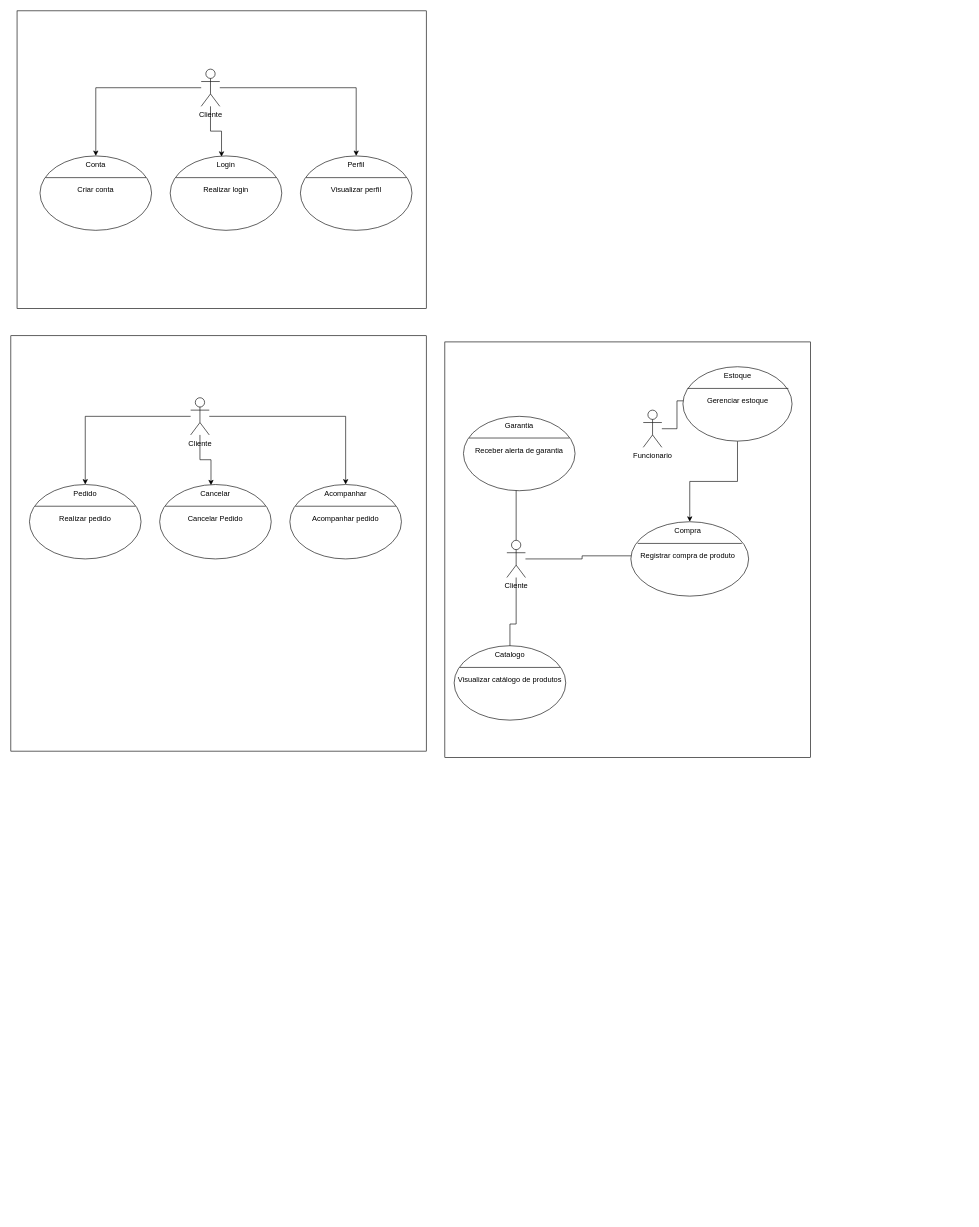
Above: APS1.drawio in Seraphiimz/Diagrams (draw.io), before the change. Source tidied: cells renumbered, new cells numbered last; positions are measured from the earlier drawing's top-left corner, leaving out a move shared by most shapes. Both pictures are drawn from the tidied source at 62%, with x=0, y=0 at pixel (11, 11).
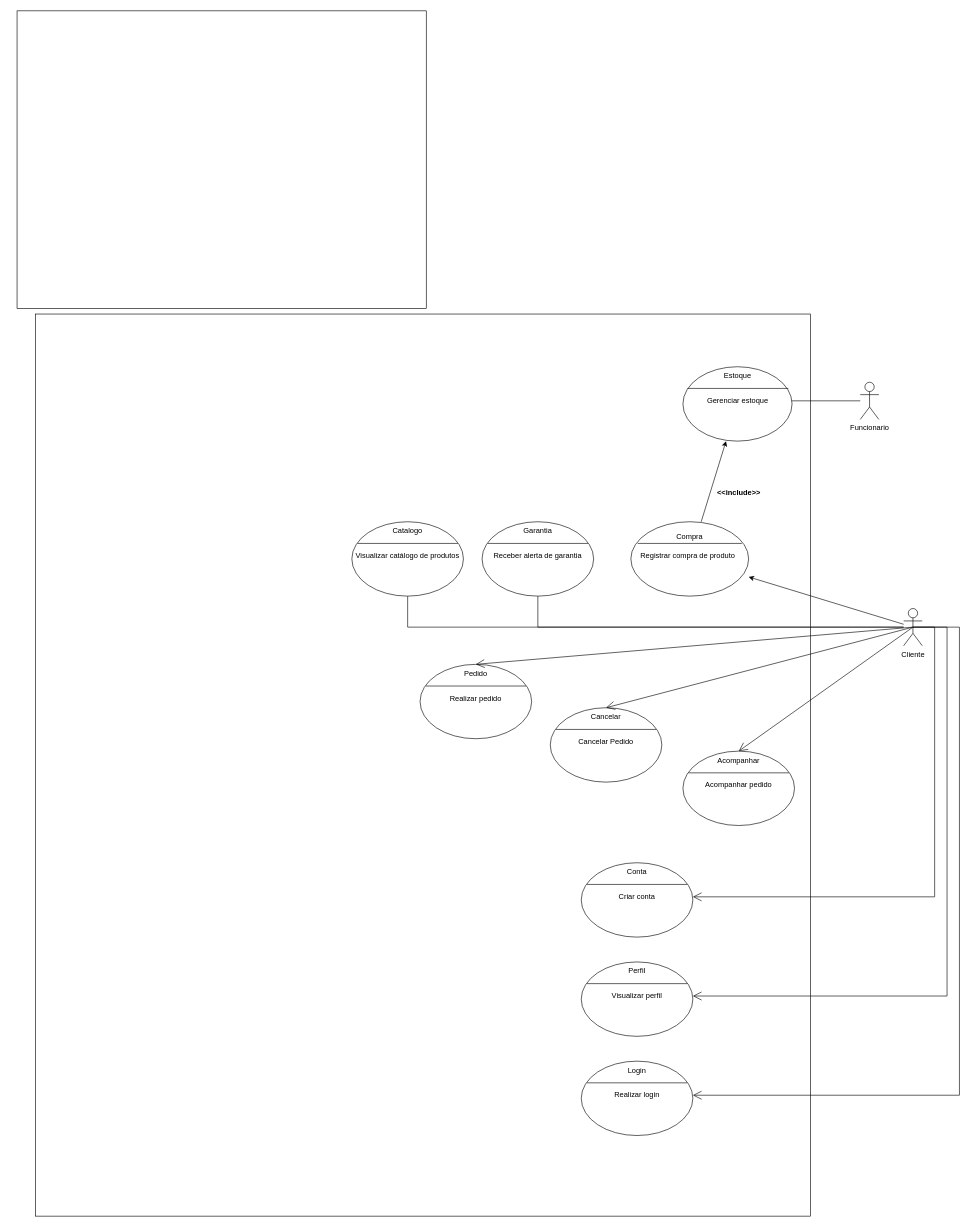
The same page after the edit.

Unchanged cells that the change refers to:
```xml
<mxCell id="10" style="shape=ellipse;horizontal=1;html=1;dashed=0;" parent="1" vertex="1">
  <mxGeometry x="1084" y="574" width="176" height="120" as="geometry" />
</mxCell>
<mxCell id="22" style="shape=ellipse;horizontal=1;html=1;dashed=0;" parent="1" vertex="1">
  <mxGeometry x="1000" y="824" width="190" height="120" as="geometry" />
</mxCell>
<mxCell id="25" value="Registrar compra de produto" style="text;html=1;align=center;verticalAlign=middle;fillColor=none;strokeColor=none;whiteSpace=wrap;" parent="22" vertex="1">
  <mxGeometry x="12.8" y="40" width="158.3" height="30" as="geometry" />
</mxCell>
<mxCell id="33" value="Pedido" style="html=1;strokeColor=none;fillColor=none;align=center;verticalAlign=middle;whiteSpace=wrap;" parent="32" vertex="1">
  <mxGeometry width="180" height="30" as="geometry" />
</mxCell>
<mxCell id="37" value="Cancelar" style="html=1;strokeColor=none;fillColor=none;align=center;verticalAlign=middle;whiteSpace=wrap;" parent="36" vertex="1">
  <mxGeometry width="180" height="30" as="geometry" />
</mxCell>
<mxCell id="41" value="Acompanhar" style="html=1;strokeColor=none;fillColor=none;align=center;verticalAlign=middle;whiteSpace=wrap;" parent="40" vertex="1">
  <mxGeometry width="180" height="30" as="geometry" />
</mxCell>
<mxCell id="49" value="Conta" style="html=1;strokeColor=none;fillColor=none;align=center;verticalAlign=middle;whiteSpace=wrap;" parent="48" vertex="1">
  <mxGeometry width="180" height="30" as="geometry" />
</mxCell>
<mxCell id="51" value="Criar conta" style="text;html=1;align=center;verticalAlign=middle;fillColor=none;strokeColor=none;whiteSpace=wrap;" parent="48" vertex="1">
  <mxGeometry y="40" width="180" height="30" as="geometry" />
</mxCell>
<mxCell id="53" value="Login" style="html=1;strokeColor=none;fillColor=none;align=center;verticalAlign=middle;whiteSpace=wrap;" parent="52" vertex="1">
  <mxGeometry width="180" height="30" as="geometry" />
</mxCell>
<mxCell id="55" value="Realizar login" style="text;html=1;align=center;verticalAlign=middle;fillColor=none;strokeColor=none;whiteSpace=wrap;" parent="52" vertex="1">
  <mxGeometry y="40" width="180" height="30" as="geometry" />
</mxCell>
<mxCell id="57" value="Perfil" style="html=1;strokeColor=none;fillColor=none;align=center;verticalAlign=middle;whiteSpace=wrap;" parent="56" vertex="1">
  <mxGeometry width="180" height="30" as="geometry" />
</mxCell>
<mxCell id="59" value="Visualizar perfil" style="text;html=1;align=center;verticalAlign=middle;fillColor=none;strokeColor=none;whiteSpace=wrap;" parent="56" vertex="1">
  <mxGeometry y="40" width="180" height="30" as="geometry" />
</mxCell>
```

Diff of the diagram source:
```diff
@@
     <mxCell id="2" style="rounded=0;whiteSpace=wrap;html=1;" parent="1" vertex="1">
-      <mxGeometry x="700" y="534" width="590" height="670" as="geometry" />
+      <mxGeometry x="40" y="489" width="1250" height="1455" as="geometry" />
     </mxCell>
-    <mxCell id="3" style="edgeStyle=orthogonalEdgeStyle;rounded=0;jettySize=auto;html=1;entryX=0;entryY=0.5;entryDx=0;entryDy=0;" parent="1" edge="1" source="6" target="25">
+    <mxCell id="3" style="rounded=0;jettySize=auto;html=1;" parent="1" edge="1" source="6" target="22">
       <mxGeometry relative="1" as="geometry" />
     </mxCell>
@@
     <mxCell id="6" value="Cliente&lt;br&gt;" style="shape=umlActor;verticalLabelPosition=bottom;verticalAlign=top;html=1;" parent="1" vertex="1">
-      <mxGeometry x="800" y="854" width="30" height="60" as="geometry" />
+      <mxGeometry x="1440" y="964" width="30" height="60" as="geometry" />
     </mxCell>
@@
     <mxCell id="8" value="Funcionario" style="shape=umlActor;verticalLabelPosition=bottom;verticalAlign=top;html=1;" parent="1" vertex="1">
-      <mxGeometry x="1020" y="644" width="30" height="60" as="geometry" />
+      <mxGeometry x="1370" y="599" width="30" height="60" as="geometry" />
     </mxCell>
-    <mxCell id="9" style="edgeStyle=orthogonalEdgeStyle;rounded=0;jettySize=auto;html=1;" parent="1" edge="1" source="10" target="22">
-      <mxGeometry relative="1" as="geometry" />
-    </mxCell>
@@
     <mxCell id="14" style="shape=ellipse;horizontal=1;html=1;dashed=0;" parent="1" vertex="1">
-      <mxGeometry x="715" y="1024" width="180" height="120" as="geometry" />
+      <mxGeometry x="550" y="824" width="180" height="120" as="geometry" />
     </mxCell>
@@
     <mxCell id="18" style="shape=ellipse;horizontal=1;html=1;dashed=0;" parent="1" vertex="1">
-      <mxGeometry x="730" y="654" width="180" height="120" as="geometry" />
+      <mxGeometry x="760" y="824" width="180" height="120" as="geometry" />
     </mxCell>
@@
     <mxCell id="23" value="Compra" style="html=1;strokeColor=none;fillColor=none;align=center;verticalAlign=middle;whiteSpace=wrap;" parent="22" vertex="1">
-      <mxGeometry x="12.8" width="158.3" height="30" as="geometry" />
+      <mxGeometry x="15.8" y="10" width="158.3" height="30" as="geometry" />
     </mxCell>
@@
-    <mxCell id="26" style="whiteSpace=wrap;html=1;" parent="1" vertex="1">
-      <mxGeometry y="524" width="670" height="670" as="geometry" />
-    </mxCell>
@@
-    <mxCell id="28" style="edgeStyle=orthogonalEdgeStyle;rounded=0;jettySize=auto;html=1;" parent="1" edge="1" source="31" target="33">
-      <mxGeometry relative="1" as="geometry" />
-    </mxCell>
-    <mxCell id="29" style="edgeStyle=orthogonalEdgeStyle;rounded=0;jettySize=auto;html=1;" parent="1" edge="1" source="31" target="41">
-      <mxGeometry relative="1" as="geometry" />
-    </mxCell>
-    <mxCell id="30" style="edgeStyle=orthogonalEdgeStyle;rounded=0;jettySize=auto;html=1;entryX=0.46;entryY=0.041;entryDx=0;entryDy=0;entryPerimeter=0;" parent="1" edge="1" source="31" target="37">
-      <mxGeometry relative="1" as="geometry" />
-    </mxCell>
-    <mxCell id="31" value="Cliente" style="shape=umlActor;verticalLabelPosition=bottom;verticalAlign=top;html=1;" parent="1" vertex="1">
-      <mxGeometry x="290" y="624" width="30" height="60" as="geometry" />
-    </mxCell>
     <mxCell id="32" style="shape=ellipse;horizontal=1;html=1;dashed=0;" parent="1" vertex="1">
-      <mxGeometry x="30" y="764" width="180" height="120" as="geometry" />
+      <mxGeometry x="660" y="1054" width="180" height="120" as="geometry" />
     </mxCell>
@@
     <mxCell id="36" style="shape=ellipse;horizontal=1;html=1;dashed=0;" parent="1" vertex="1">
-      <mxGeometry x="240" y="764" width="180" height="120" as="geometry" />
+      <mxGeometry x="870" y="1124" width="180" height="120" as="geometry" />
     </mxCell>
@@
     <mxCell id="40" style="shape=ellipse;horizontal=1;html=1;dashed=0;" parent="1" vertex="1">
-      <mxGeometry x="450" y="764" width="180" height="120" as="geometry" />
+      <mxGeometry x="1084" y="1194" width="180" height="120" as="geometry" />
     </mxCell>
@@
-    <mxCell id="44" style="edgeStyle=orthogonalEdgeStyle;rounded=0;jettySize=auto;html=1;" parent="1" edge="1" source="47" target="49">
-      <mxGeometry relative="1" as="geometry" />
-    </mxCell>
-    <mxCell id="45" style="edgeStyle=orthogonalEdgeStyle;rounded=0;jettySize=auto;html=1;" parent="1" edge="1" source="47" target="57">
-      <mxGeometry relative="1" as="geometry" />
-    </mxCell>
-    <mxCell id="46" style="edgeStyle=orthogonalEdgeStyle;rounded=0;jettySize=auto;html=1;entryX=0.46;entryY=0.041;entryDx=0;entryDy=0;entryPerimeter=0;" parent="1" edge="1" source="47" target="53">
-      <mxGeometry relative="1" as="geometry" />
-    </mxCell>
-    <mxCell id="47" value="Cliente" style="shape=umlActor;verticalLabelPosition=bottom;verticalAlign=top;html=1;" parent="1" vertex="1">
-      <mxGeometry x="307" y="94" width="30" height="60" as="geometry" />
-    </mxCell>
     <mxCell id="48" style="shape=ellipse;horizontal=1;html=1;dashed=0;" parent="1" vertex="1">
-      <mxGeometry x="47" y="234" width="180" height="120" as="geometry" />
+      <mxGeometry x="920" y="1374" width="180" height="120" as="geometry" />
     </mxCell>
@@
     <mxCell id="52" style="shape=ellipse;horizontal=1;html=1;dashed=0;" parent="1" vertex="1">
-      <mxGeometry x="257" y="234" width="180" height="120" as="geometry" />
+      <mxGeometry x="920" y="1694" width="180" height="120" as="geometry" />
     </mxCell>
@@
     <mxCell id="56" style="shape=ellipse;horizontal=1;html=1;dashed=0;" parent="1" vertex="1">
-      <mxGeometry x="467" y="234" width="180" height="120" as="geometry" />
+      <mxGeometry x="920" y="1534" width="180" height="120" as="geometry" />
     </mxCell>
@@
+    <mxCell id="60" style="endArrow=classic;html=1;rounded=0;" parent="1" edge="1" source="22" target="10">
+      <mxGeometry relative="1" as="geometry" />
+    </mxCell>
+    <mxCell id="61" value="&amp;lt;&amp;lt;include&amp;gt;&amp;gt;" style="text;align=center;fontStyle=1;verticalAlign=middle;spacingLeft=3;spacingRight=3;strokeColor=none;html=1;" parent="1" vertex="1">
+      <mxGeometry x="1134" y="764" width="80" height="26" as="geometry" />
+    </mxCell>
+    <mxCell id="62" style="endArrow=open;endFill=1;endSize=12;html=1;rounded=0;exitX=0.5;exitY=0.5;exitDx=0;exitDy=0;exitPerimeter=0;entryX=0.5;entryY=0;entryDx=0;entryDy=0;" parent="1" edge="1" source="6" target="41">
+      <mxGeometry relative="1" as="geometry" />
+    </mxCell>
+    <mxCell id="63" style="endArrow=open;endFill=1;endSize=12;html=1;rounded=0;exitX=0.5;exitY=0.5;exitDx=0;exitDy=0;exitPerimeter=0;entryX=0.5;entryY=0;entryDx=0;entryDy=0;" parent="1" edge="1" source="6" target="37">
+      <mxGeometry relative="1" as="geometry" />
+    </mxCell>
+    <mxCell id="64" style="endArrow=open;endFill=1;endSize=12;html=1;rounded=0;exitX=0.5;exitY=0.5;exitDx=0;exitDy=0;exitPerimeter=0;entryX=0.5;entryY=0;entryDx=0;entryDy=0;" parent="1" edge="1" source="6" target="33">
+      <mxGeometry relative="1" as="geometry" />
+    </mxCell>
+    <mxCell id="65" style="endArrow=open;endFill=1;endSize=12;html=1;rounded=0;exitX=0.5;exitY=0.5;exitDx=0;exitDy=0;exitPerimeter=0;entryX=1;entryY=0.5;entryDx=0;entryDy=0;edgeStyle=orthogonalEdgeStyle;" parent="1" edge="1" source="6" target="51">
+      <mxGeometry relative="1" as="geometry">
+        <Array as="points">
+          <mxPoint x="1490" y="994" />
+          <mxPoint x="1490" y="1429" />
+        </Array>
+      </mxGeometry>
+    </mxCell>
+    <mxCell id="66" style="endArrow=open;endFill=1;endSize=12;html=1;rounded=0;exitX=0.5;exitY=0.5;exitDx=0;exitDy=0;exitPerimeter=0;entryX=1;entryY=0.5;entryDx=0;entryDy=0;edgeStyle=orthogonalEdgeStyle;" parent="1" edge="1" source="6" target="59">
+      <mxGeometry relative="1" as="geometry">
+        <Array as="points">
+          <mxPoint x="1510" y="994" />
+          <mxPoint x="1510" y="1589" />
+        </Array>
+      </mxGeometry>
+    </mxCell>
+    <mxCell id="67" style="endArrow=open;endFill=1;endSize=12;html=1;rounded=0;exitX=0.5;exitY=0.5;exitDx=0;exitDy=0;exitPerimeter=0;entryX=1;entryY=0.5;entryDx=0;entryDy=0;edgeStyle=orthogonalEdgeStyle;" parent="1" edge="1" source="6" target="55">
+      <mxGeometry relative="1" as="geometry">
+        <Array as="points">
+          <mxPoint x="1530" y="994" />
+          <mxPoint x="1530" y="1749" />
+        </Array>
+      </mxGeometry>
+    </mxCell>
```
